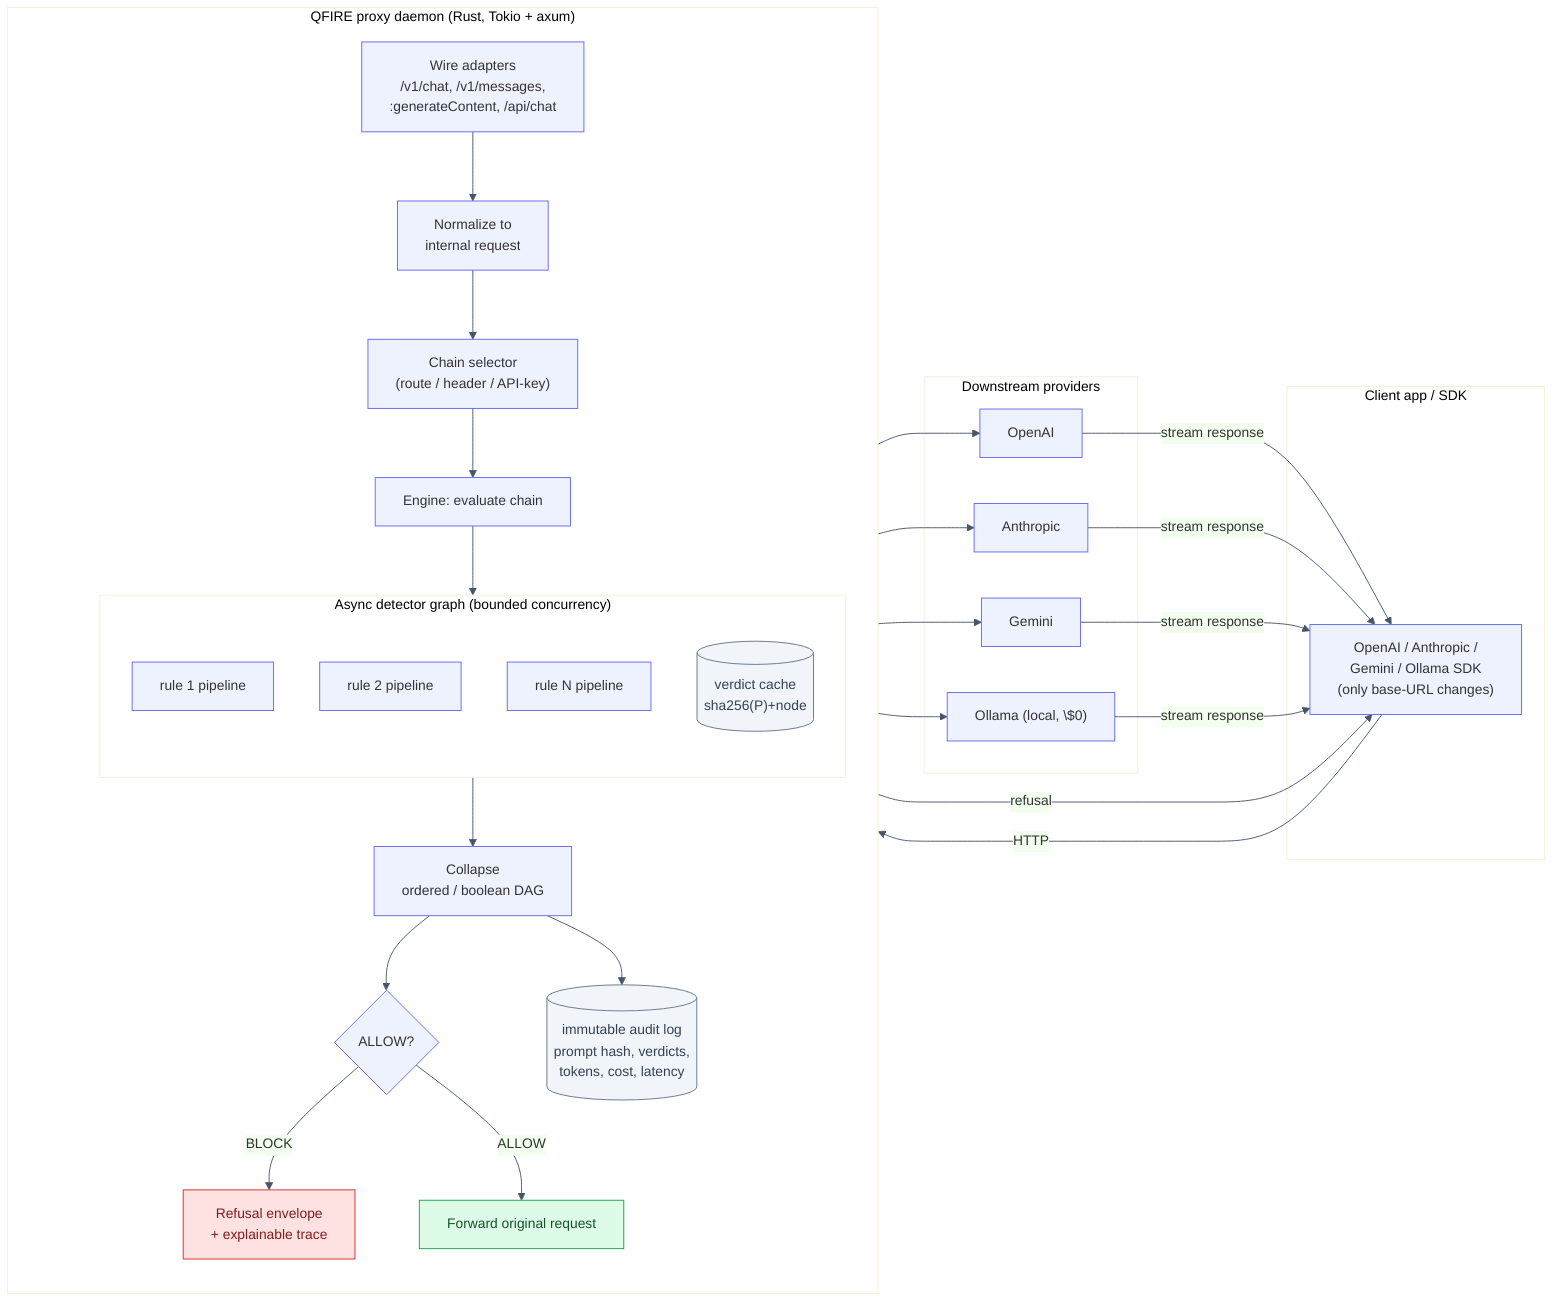
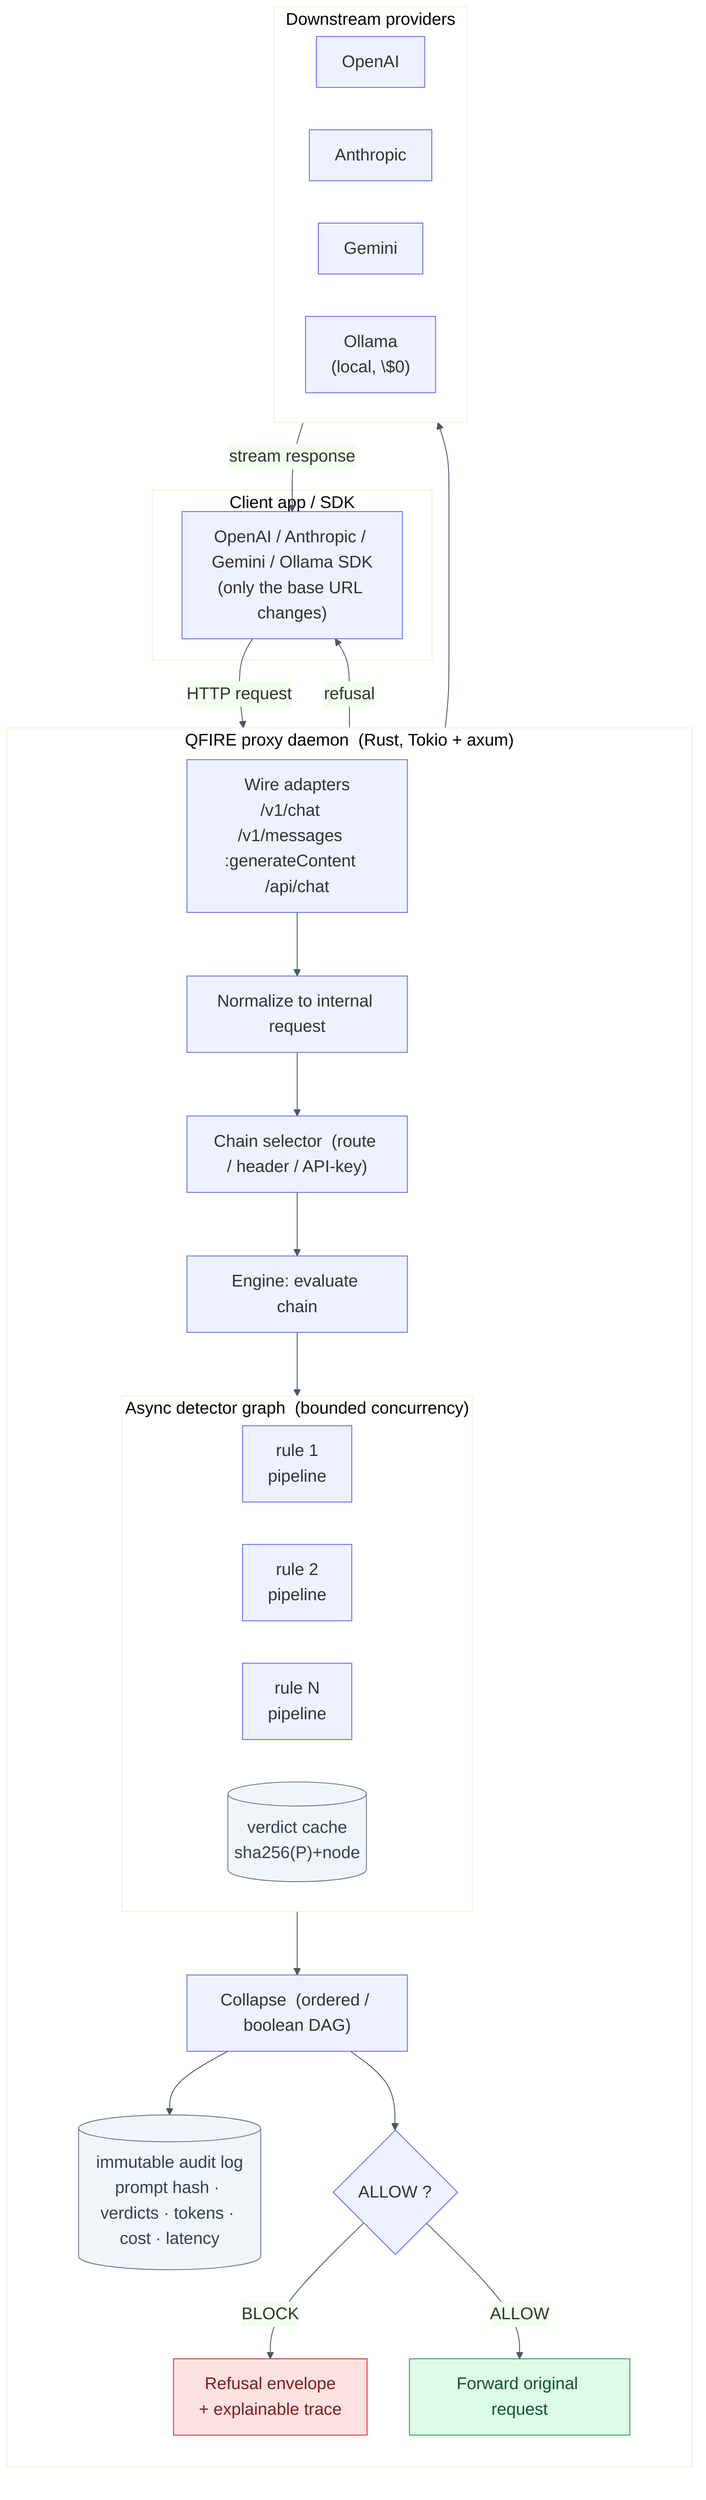
- %%{init: {'theme':'base','themeVariables':{'fontSize':'15px','primaryColor':'#eef2ff','primaryBorderColor':'#6366f1','lineColor':'#475569'}}}%%
- flowchart LR
+ %%{init: {'theme':'base','themeVariables':{'fontSize':'20px','primaryColor':'#eef2ff','primaryBorderColor':'#6366f1','lineColor':'#475569'}}}%%
+ flowchart TB
    subgraph CLIENT["Client app / SDK"]
-       SDK["OpenAI / Anthropic /<br/>Gemini / Ollama SDK<br/>(only base-URL changes)"]
+       SDK["OpenAI / Anthropic / Gemini / Ollama SDK<br/>(only the base URL changes)"]
    end

-     subgraph QFIRE["QFIRE proxy daemon (Rust, Tokio + axum)"]
+     SDK -->|"HTTP request"| IN
+ 
+     subgraph QFIRE["QFIRE proxy daemon &nbsp;(Rust, Tokio + axum)"]
      direction TB
-       IN["Wire adapters<br/>/v1/chat, /v1/messages,<br/>:generateContent, /api/chat"] --> NORM["Normalize to<br/>internal request"]
-       NORM --> SEL["Chain selector<br/>(route / header / API-key)"]
+       IN["Wire adapters<br/>/v1/chat &nbsp; /v1/messages &nbsp; :generateContent &nbsp; /api/chat"]
+       IN --> NORM["Normalize to internal request"]
+       NORM --> SEL["Chain selector &nbsp;(route / header / API-key)"]
      SEL --> ENG["Engine: evaluate chain"]

-       subgraph ENG2["Async detector graph (bounded concurrency)"]
-         direction TB
-         R1["rule 1 pipeline"]
-         R2["rule 2 pipeline"]
-         R3["rule N pipeline"]
+       subgraph ENG2["Async detector graph &nbsp;(bounded concurrency)"]
+         direction LR
+         R1["rule 1<br/>pipeline"]
+         R2["rule 2<br/>pipeline"]
+         R3["rule N<br/>pipeline"]
        CACHE[("verdict cache<br/>sha256(P)+node")]
      end
      ENG --> ENG2
-       ENG2 --> COL["Collapse<br/>ordered / boolean DAG"]
-       COL --> DEC{"ALLOW?"}
+       ENG2 --> COL["Collapse &nbsp;(ordered / boolean DAG)"]
+       COL --> AUD[("immutable audit log<br/>prompt hash &middot; verdicts &middot; tokens &middot; cost &middot; latency")]
+       COL --> DEC{"ALLOW ?"}
      DEC -- "BLOCK" --> REF["Refusal envelope<br/>+ explainable trace"]
      DEC -- "ALLOW" --> FWD["Forward original request"]
-       COL --> AUD[("immutable audit log<br/>prompt hash, verdicts,<br/>tokens, cost, latency")]
    end

+     FWD --> PROV
+ 
    subgraph PROV["Downstream providers"]
+       direction LR
      OAI["OpenAI"]
      ANT["Anthropic"]
      GEM["Gemini"]
-       OLL["Ollama (local, \$0)"]
+       OLL["Ollama<br/>(local, \$0)"]
    end

-     SDK -->|"HTTP"| IN
-     FWD --> OAI & ANT & GEM & OLL
-     OAI & ANT & GEM & OLL -->|"stream response"| SDK
+     PROV -->|"stream response"| SDK
    REF -->|"refusal"| SDK

    classDef block fill:#fee2e2,stroke:#dc2626,color:#7f1d1d;
    classDef allow fill:#dcfce7,stroke:#16a34a,color:#14532d;
    classDef store fill:#f1f5f9,stroke:#64748b,color:#334155;
    class REF block; class FWD allow;
    class CACHE,AUD store;
